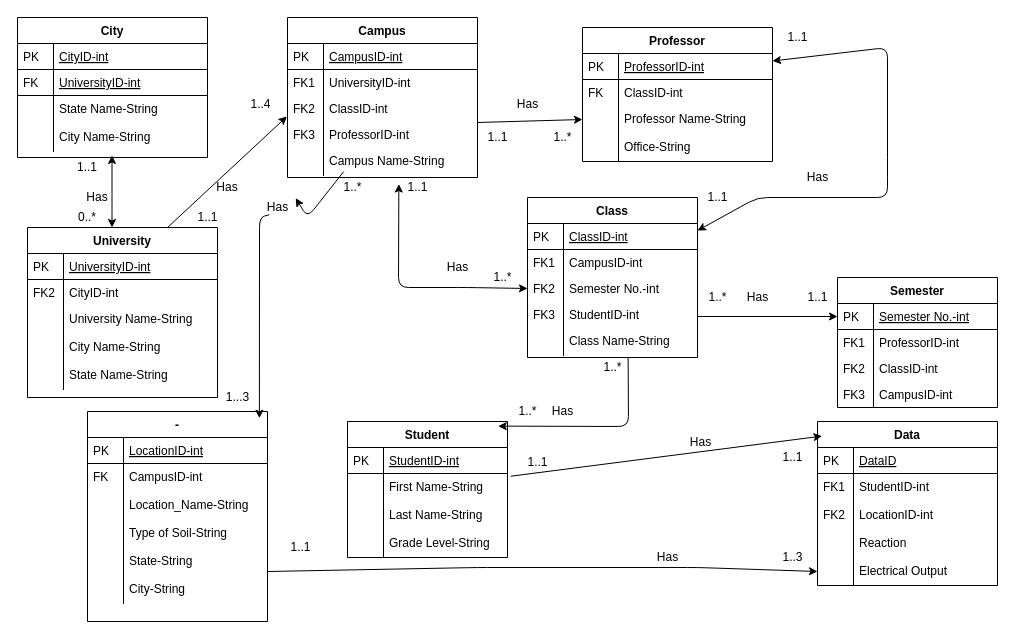
Earlier version of the draw.io diagram ER-Phase I.drawio (dr3w-sam/CS_4318_Database). Source tidied: cells renumbered, new cells numbered last; positions are measured from the earlier drawing's top-left corner, leaving out a move shared by most shapes. Both pictures are drawn from the tidied source at 100%, with x=0, y=0 at pixel (17, 17).
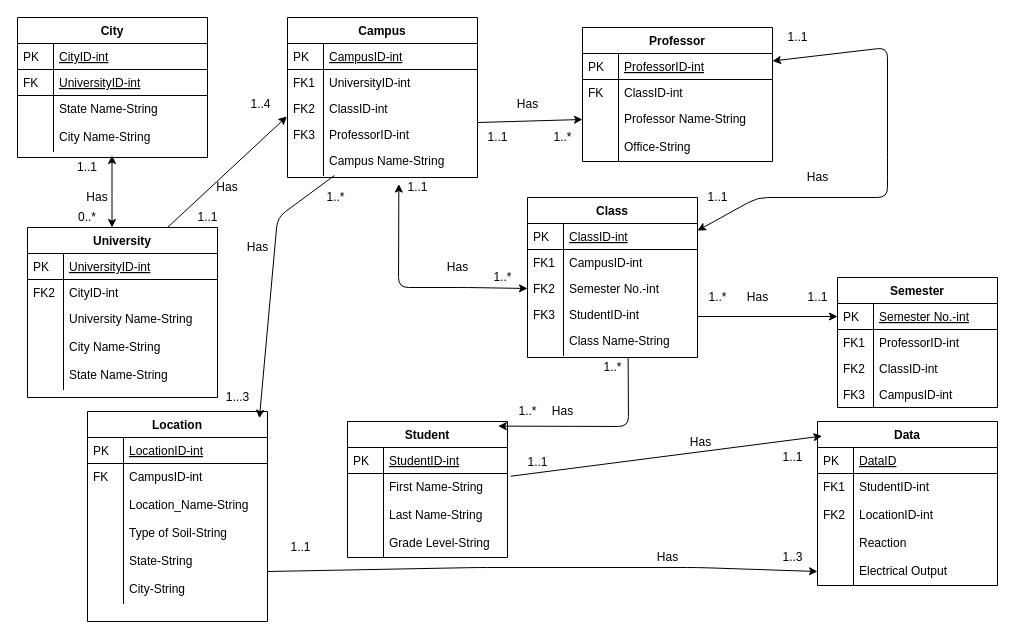
Above is the later version.

The change refers to these unchanged cells:
```xml
<mxCell id="20" value="Campus Name-String" style="shape=partialRectangle;top=0;left=0;right=0;bottom=0;align=left;verticalAlign=top;fillColor=none;spacingLeft=40;spacingRight=4;overflow=hidden;points=[[0,0.5],[1,0.5]];portConstraint=eastwest;rounded=0;shadow=0;strokeWidth=1;" parent="11" vertex="1">
  <mxGeometry y="130" width="190" height="28" as="geometry" />
</mxCell>
```

What changed in the source:
```diff
@@
-    <mxCell id="53" value="-" style="swimlane;fontStyle=1;horizontal=1;startSize=26;rounded=0;shadow=0;strokeWidth=1;" parent="1" vertex="1">
+    <mxCell id="53" value="Location" style="swimlane;fontStyle=1;horizontal=1;startSize=26;rounded=0;shadow=0;strokeWidth=1;" parent="1" vertex="1">
       <mxGeometry x="70" y="394" width="180" height="210" as="geometry" />
     </mxCell>
@@
-    <mxCell id="99" style="endArrow=classic;html=1;entryX=0.955;entryY=0.032;entryDx=0;entryDy=0;entryPerimeter=0;exitX=0.296;exitY=0.858;exitDx=0;exitDy=0;exitPerimeter=0;" parent="1" edge="1" source="110" target="53">
+    <mxCell id="99" style="endArrow=classic;html=1;entryX=0.955;entryY=0.032;entryDx=0;entryDy=0;entryPerimeter=0;exitX=0.247;exitY=1;exitDx=0;exitDy=0;exitPerimeter=0;" parent="1" edge="1" source="20" target="53">
       <mxGeometry relative="1" as="geometry">
         <Array as="points">
-          <mxPoint x="242" y="200" />
+          <mxPoint x="260" y="200" />
         </Array>
       </mxGeometry>
     </mxCell>
@@
     <mxCell id="110" value="Has" style="text;html=1;align=center;verticalAlign=middle;points=[];" parent="1" vertex="1">
-      <mxGeometry x="240" y="180" width="40" height="20" as="geometry" />
+      <mxGeometry x="220" y="220" width="40" height="20" as="geometry" />
     </mxCell>
-    <mxCell id="111" style="endArrow=classic;html=1;entryX=0.955;entryY=0.032;entryDx=0;entryDy=0;entryPerimeter=0;exitX=0.296;exitY=0.858;exitDx=0;exitDy=0;exitPerimeter=0;" parent="1" edge="1" source="20" target="110">
-      <mxGeometry relative="1" as="geometry">
-        <Array as="points">
-          <mxPoint x="290" y="200" />
-        </Array>
-      </mxGeometry>
-    </mxCell>
     <mxCell id="112" value="1..*" style="text;html=1;align=center;verticalAlign=middle;" parent="1" vertex="1">
-      <mxGeometry x="320" y="160" width="30" height="20" as="geometry" />
+      <mxGeometry x="303" y="170" width="30" height="20" as="geometry" />
     </mxCell>
```
